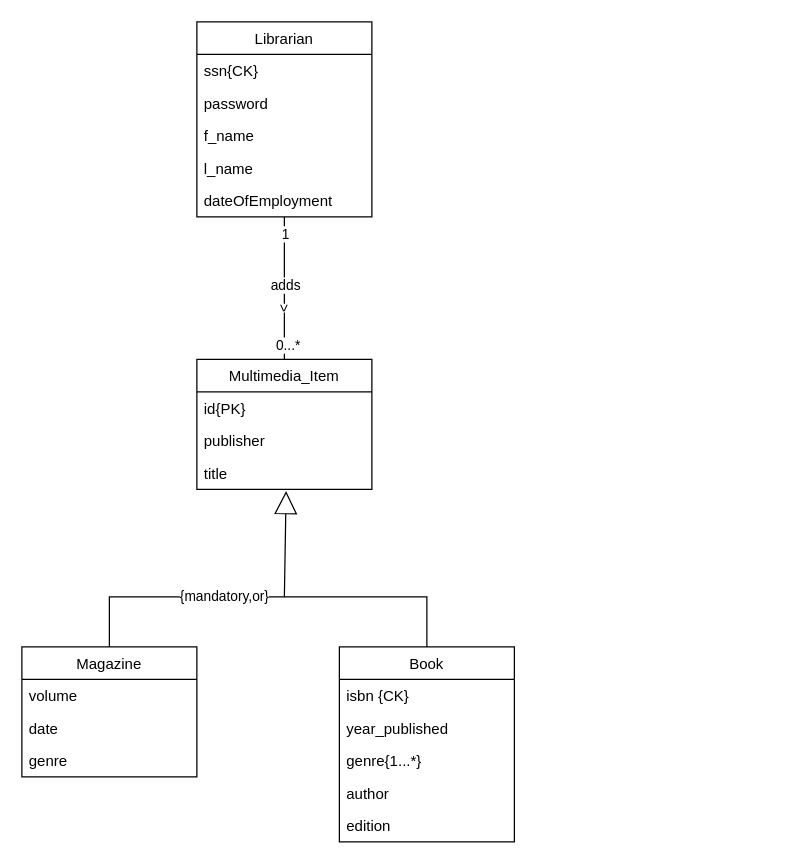
RafaelSanchezCordoba/Semester-Project-Library keeps this draw.io diagram as Database/remove_MulltimediaItems.drawio. Above is the earlier version. Source tidied: cells renumbered, new cells numbered last; positions are measured from the earlier drawing's top-left corner, leaving out a move shared by most shapes. Both pictures are drawn from the tidied source at 125%, with x=0, y=0 at pixel (21, 21).
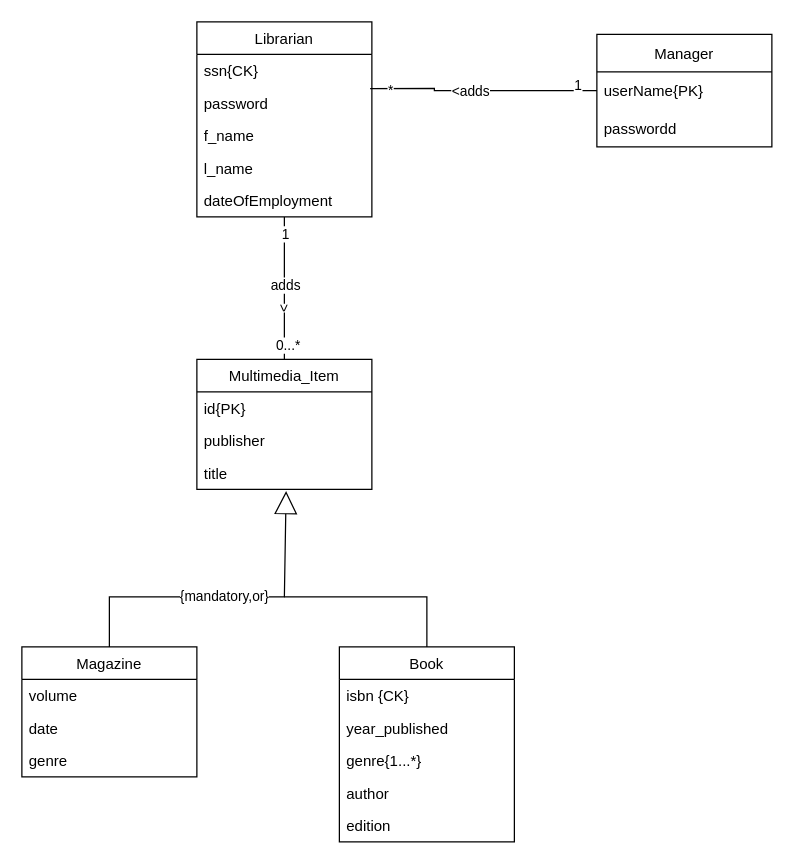
After the change.

The change refers to these unchanged cells:
```xml
<mxCell id="4" value="password" style="text;strokeColor=none;fillColor=none;align=left;verticalAlign=top;spacingLeft=4;spacingRight=4;overflow=hidden;points=[[0,0.5],[1,0.5]];portConstraint=eastwest;" parent="2" vertex="1">
  <mxGeometry y="52" width="140" height="26" as="geometry" />
</mxCell>
```

Diff of the diagram source:
```diff
@@
+    <mxCell id="29" value="Manager" style="swimlane;fontStyle=0;horizontal=1;startSize=30;" parent="1" vertex="1">
+      <mxGeometry x="460" y="10" width="140" height="90" as="geometry" />
+    </mxCell>
+    <mxCell id="30" value="userName{PK}" style="text;strokeColor=none;fillColor=none;align=left;verticalAlign=middle;spacingLeft=4;spacingRight=4;overflow=hidden;points=[[0,0.5],[1,0.5]];portConstraint=eastwest;" parent="29" vertex="1">
+      <mxGeometry y="30" width="140" height="30" as="geometry" />
+    </mxCell>
+    <mxCell id="31" value="passwordd" style="text;strokeColor=none;fillColor=none;align=left;verticalAlign=middle;spacingLeft=4;spacingRight=4;overflow=hidden;" parent="29" vertex="1">
+      <mxGeometry y="60" width="140" height="30" as="geometry" />
+    </mxCell>
+    <mxCell id="32" style="edgeStyle=orthogonalEdgeStyle;rounded=0;jettySize=auto;html=1;exitX=0;exitY=0.5;exitDx=0;exitDy=0;entryX=0.99;entryY=0.051;entryDx=0;entryDy=0;entryPerimeter=0;endArrow=none;endFill=0;" parent="1" edge="1" source="30" target="4">
+      <mxGeometry relative="1" as="geometry">
+        <Array as="points">
+          <mxPoint x="330" y="55" />
+          <mxPoint x="330" y="53" />
+        </Array>
+      </mxGeometry>
+    </mxCell>
+    <mxCell id="33" value="&amp;lt;adds" style="edgeLabel;html=1;align=center;verticalAlign=middle;" parent="32" vertex="1">
+      <mxGeometry x="0.11" relative="1" as="geometry" />
+    </mxCell>
+    <mxCell id="34" value="1" style="edgeLabel;html=1;align=center;verticalAlign=middle;" parent="32" vertex="1">
+      <mxGeometry x="-0.83" y="-5" relative="1" as="geometry" />
+    </mxCell>
+    <mxCell id="35" value="*" style="edgeLabel;html=1;align=center;verticalAlign=middle;" parent="32" vertex="1">
+      <mxGeometry x="0.82" y="1" relative="1" as="geometry" />
+    </mxCell>
```
